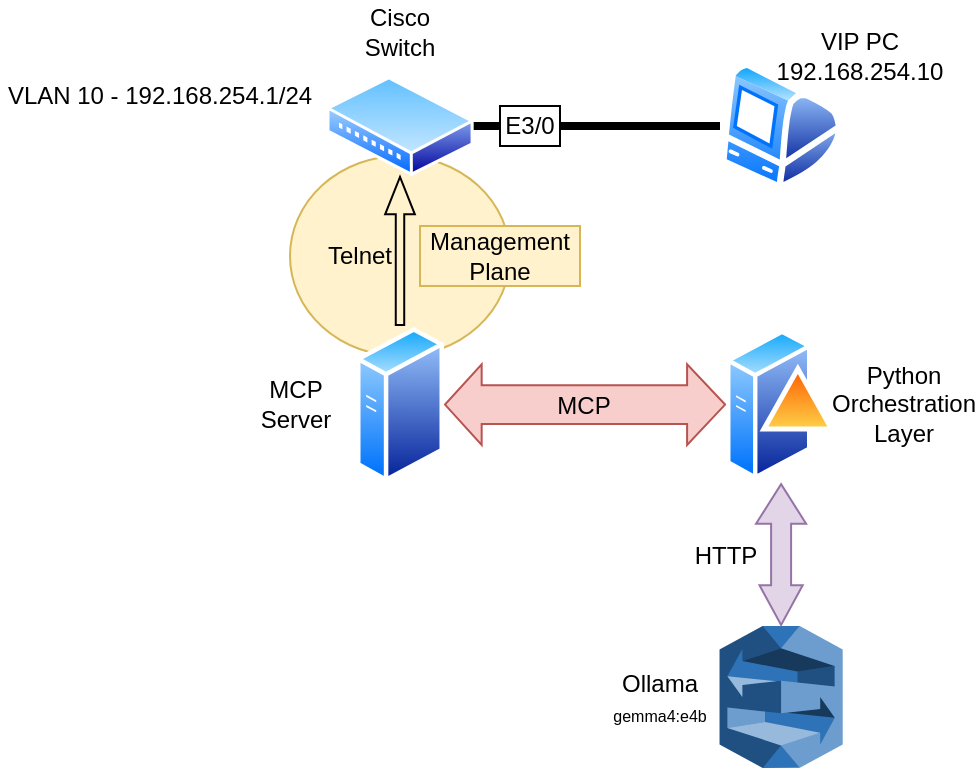
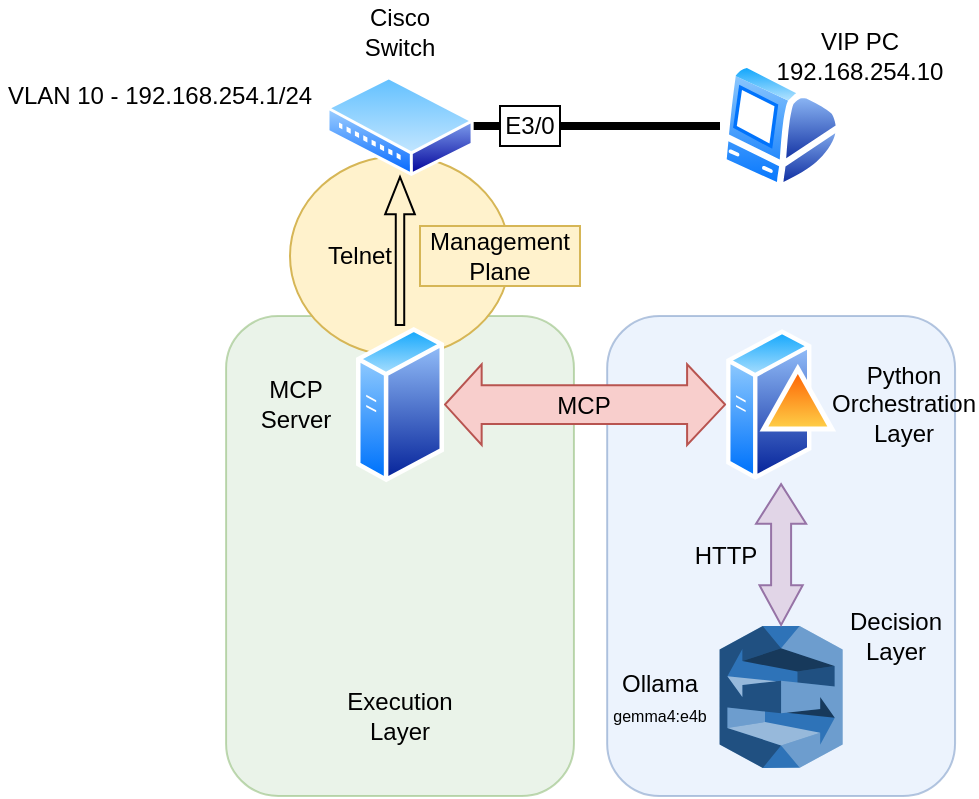
<mxfile host="Electron" agent="Mozilla/5.0 (Windows NT 10.0; Win64; x64) AppleWebKit/537.36 (KHTML, like Gecko) draw.io/29.6.6 Chrome/144.0.7559.236 Electron/40.8.4 Safari/537.36" version="29.6.6">
  <diagram name="Page-1" id="9yIe1i5_l2Xnd5C48HVV">
-     <mxGraphModel dx="623" dy="403" grid="1" gridSize="10" guides="1" tooltips="1" connect="1" arrows="1" fold="1" page="1" pageScale="1" pageWidth="850" pageHeight="1100" math="0" shadow="0">
+     <mxGraphModel dx="1141" dy="711" grid="1" gridSize="10" guides="1" tooltips="1" connect="1" arrows="1" fold="1" page="1" pageScale="1" pageWidth="850" pageHeight="1100" math="0" shadow="0">
      <root>
        <mxCell id="0" />
        <mxCell id="1" parent="0" />
+         <mxCell id="tD8M2RCV3YyCdBsucWMV-2" parent="1" style="rounded=1;whiteSpace=wrap;html=1;fillColor=#d5e8d4;strokeColor=#82b366;opacity=50;" value="" vertex="1">
+           <mxGeometry height="240" width="173.95" x="193.02999999999997" y="255" as="geometry" />
+         </mxCell>
+         <mxCell id="tD8M2RCV3YyCdBsucWMV-1" parent="1" style="rounded=1;whiteSpace=wrap;html=1;fillColor=#dae8fc;strokeColor=#6c8ebf;opacity=50;" value="" vertex="1">
+           <mxGeometry height="240" width="173.95" x="383.58" y="255" as="geometry" />
+         </mxCell>
        <mxCell id="7F-mtx23EG04a2d4pmxF-14" parent="1" style="ellipse;whiteSpace=wrap;html=1;fillColor=#fff2cc;strokeColor=#d6b656;" value="" vertex="1">
          <mxGeometry height="100" width="110" x="225" y="175" as="geometry" />
        </mxCell>
        <mxCell id="7F-mtx23EG04a2d4pmxF-3" edge="1" parent="1" source="7F-mtx23EG04a2d4pmxF-10" style="edgeStyle=none;rounded=0;orthogonalLoop=1;jettySize=auto;html=1;shape=wire;endArrow=none;endFill=0;strokeWidth=4;dashed=1;" target="7F-mtx23EG04a2d4pmxF-2">
          <mxGeometry relative="1" as="geometry">
            <mxPoint x="320" y="160" as="sourcePoint" />
          </mxGeometry>
        </mxCell>
        <mxCell id="7F-mtx23EG04a2d4pmxF-2" parent="1" style="image;aspect=fixed;perimeter=ellipsePerimeter;html=1;align=center;shadow=0;dashed=0;spacingTop=3;image=img/lib/active_directory/mac_client.svg;" value="" vertex="1">
          <mxGeometry height="65" width="61.1" x="440" y="127.5" as="geometry" />
        </mxCell>
        <mxCell id="7F-mtx23EG04a2d4pmxF-4" parent="1" style="text;html=1;whiteSpace=wrap;strokeColor=none;fillColor=none;align=center;verticalAlign=middle;rounded=0;" value="Cisco Switch" vertex="1">
          <mxGeometry height="30" width="60" x="250" y="97.5" as="geometry" />
        </mxCell>
        <mxCell id="7F-mtx23EG04a2d4pmxF-5" parent="1" style="text;html=1;whiteSpace=wrap;strokeColor=none;fillColor=none;align=center;verticalAlign=middle;rounded=0;" value="VIP PC&lt;div&gt;192.168.254.10&lt;/div&gt;" vertex="1">
          <mxGeometry height="30" width="60" x="480" y="110" as="geometry" />
        </mxCell>
        <mxCell id="7F-mtx23EG04a2d4pmxF-7" parent="1" style="text;html=1;whiteSpace=wrap;strokeColor=none;fillColor=none;align=center;verticalAlign=middle;rounded=0;" value="VLAN 10 - 192.168.254.1/24" vertex="1">
          <mxGeometry height="30" width="160" x="80" y="130" as="geometry" />
        </mxCell>
        <mxCell id="7F-mtx23EG04a2d4pmxF-8" parent="1" style="text;html=1;whiteSpace=wrap;strokeColor=default;fillColor=default;align=center;verticalAlign=middle;rounded=0;" value="E3/0" vertex="1">
          <mxGeometry height="20" width="30" x="330" y="150" as="geometry" />
        </mxCell>
        <mxCell id="7F-mtx23EG04a2d4pmxF-12" edge="1" parent="1" source="7F-mtx23EG04a2d4pmxF-9" style="edgeStyle=none;shape=flexArrow;rounded=0;orthogonalLoop=1;jettySize=auto;html=1;endWidth=9.615384615384615;endSize=5.884615384615385;width=4.230769230769231;" target="7F-mtx23EG04a2d4pmxF-10">
          <mxGeometry relative="1" as="geometry" />
        </mxCell>
        <mxCell id="7F-mtx23EG04a2d4pmxF-18" edge="1" parent="1" source="7F-mtx23EG04a2d4pmxF-9" style="edgeStyle=none;shape=flexArrow;rounded=0;orthogonalLoop=1;jettySize=auto;html=1;startArrow=classic;startFill=1;width=19.333333333333332;startSize=5.776666666666666;fillColor=#f8cecc;strokeColor=#b85450;" target="7F-mtx23EG04a2d4pmxF-11" value="">
          <mxGeometry relative="1" as="geometry" />
        </mxCell>
        <mxCell id="7F-mtx23EG04a2d4pmxF-9" parent="1" style="image;aspect=fixed;perimeter=ellipsePerimeter;html=1;align=center;shadow=0;dashed=0;spacingTop=3;image=img/lib/active_directory/generic_server.svg;" value="" vertex="1">
          <mxGeometry height="78.57" width="44" x="258" y="260" as="geometry" />
        </mxCell>
        <mxCell id="7F-mtx23EG04a2d4pmxF-10" parent="1" style="image;aspect=fixed;perimeter=ellipsePerimeter;html=1;align=center;shadow=0;dashed=0;spacingTop=3;image=img/lib/active_directory/wiring_hub.svg;" value="" vertex="1">
          <mxGeometry height="50" width="73.53" x="243.24" y="135" as="geometry" />
        </mxCell>
        <mxCell id="7F-mtx23EG04a2d4pmxF-11" parent="1" style="image;aspect=fixed;perimeter=ellipsePerimeter;html=1;align=center;shadow=0;dashed=0;spacingTop=3;image=img/lib/active_directory/domain_controller.svg;" value="" vertex="1">
          <mxGeometry height="78.57" width="55" x="443.05" y="260" as="geometry" />
        </mxCell>
        <mxCell id="7F-mtx23EG04a2d4pmxF-13" parent="1" style="text;html=1;whiteSpace=wrap;strokeColor=none;fillColor=none;align=center;verticalAlign=middle;rounded=0;" value="Telnet" vertex="1">
          <mxGeometry height="30" width="60" x="230" y="210" as="geometry" />
        </mxCell>
        <mxCell id="7F-mtx23EG04a2d4pmxF-15" parent="1" style="text;html=1;whiteSpace=wrap;strokeColor=#d6b656;fillColor=#fff2cc;align=center;verticalAlign=middle;rounded=0;" value="Management Plane" vertex="1">
          <mxGeometry height="30" width="80" x="290" y="210" as="geometry" />
        </mxCell>
        <mxCell id="7F-mtx23EG04a2d4pmxF-16" parent="1" style="outlineConnect=0;dashed=0;verticalLabelPosition=bottom;verticalAlign=top;align=center;html=1;shape=mxgraph.aws3.lex;fillColor=#2E73B8;gradientColor=none;" value="" vertex="1">
          <mxGeometry height="71" width="61.5" x="439.8" y="410" as="geometry" />
        </mxCell>
        <mxCell id="7F-mtx23EG04a2d4pmxF-17" parent="1" style="text;html=1;whiteSpace=wrap;strokeColor=none;fillColor=none;align=center;verticalAlign=middle;rounded=0;" value="MCP Server" vertex="1">
          <mxGeometry height="30" width="60" x="198" y="284.29" as="geometry" />
        </mxCell>
        <mxCell id="7F-mtx23EG04a2d4pmxF-20" parent="1" style="text;html=1;whiteSpace=wrap;strokeColor=none;fillColor=none;align=center;verticalAlign=middle;rounded=0;" value="MCP" vertex="1">
          <mxGeometry height="30" width="60" x="342" y="285" as="geometry" />
        </mxCell>
        <mxCell id="7F-mtx23EG04a2d4pmxF-22" parent="1" style="text;html=1;whiteSpace=wrap;strokeColor=none;fillColor=none;align=center;verticalAlign=middle;rounded=0;" value="Python Orchestration Layer" vertex="1">
          <mxGeometry height="30" width="71.95" x="496.05" y="284.28" as="geometry" />
        </mxCell>
        <mxCell id="7F-mtx23EG04a2d4pmxF-23" edge="1" parent="1" source="7F-mtx23EG04a2d4pmxF-11" style="edgeStyle=none;shape=flexArrow;rounded=0;orthogonalLoop=1;jettySize=auto;html=1;entryX=0.5;entryY=0;entryDx=0;entryDy=0;entryPerimeter=0;strokeColor=#9673a6;align=center;verticalAlign=middle;fontFamily=Helvetica;fontSize=11;fontColor=default;labelBackgroundColor=default;startArrow=classic;startFill=1;startSize=6.275167785234899;endArrow=classic;fillColor=#e1d5e7;startWidth=14.032258064516128;endWidth=10.604026845637584;endSize=6.275167785234899;" target="7F-mtx23EG04a2d4pmxF-16">
          <mxGeometry relative="1" as="geometry" />
        </mxCell>
        <mxCell id="7F-mtx23EG04a2d4pmxF-24" parent="1" style="text;html=1;whiteSpace=wrap;strokeColor=none;fillColor=none;align=center;verticalAlign=middle;rounded=0;" value="HTTP" vertex="1">
          <mxGeometry height="30" width="60" x="413" y="360" as="geometry" />
        </mxCell>
        <mxCell id="7F-mtx23EG04a2d4pmxF-25" parent="1" style="text;html=1;whiteSpace=wrap;strokeColor=none;fillColor=none;align=center;verticalAlign=middle;rounded=0;" value="Ollama&lt;div&gt;&lt;font style=&quot;font-size: 8px;&quot;&gt;gemma4:e4b&lt;/font&gt;&lt;/div&gt;" vertex="1">
          <mxGeometry height="30" width="60" x="379.8" y="430.5" as="geometry" />
        </mxCell>
+         <mxCell id="tD8M2RCV3YyCdBsucWMV-3" parent="1" style="text;html=1;whiteSpace=wrap;strokeColor=none;fillColor=none;align=center;verticalAlign=middle;rounded=0;" value="Execution Layer" vertex="1">
+           <mxGeometry height="30" width="60" x="250" y="440" as="geometry" />
+         </mxCell>
+         <mxCell id="tD8M2RCV3YyCdBsucWMV-4" parent="1" style="text;html=1;whiteSpace=wrap;strokeColor=none;fillColor=none;align=center;verticalAlign=middle;rounded=0;" value="Decision Layer" vertex="1">
+           <mxGeometry height="30" width="60" x="497.53" y="400" as="geometry" />
+         </mxCell>
      </root>
    </mxGraphModel>
  </diagram>
</mxfile>
